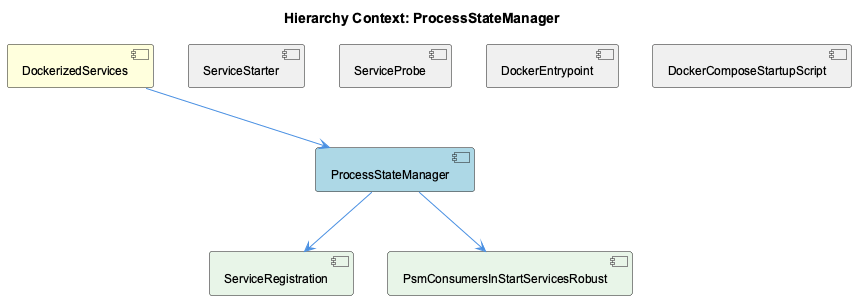
fwornle/coding keeps this PlantUML diagram as knowledge-management/insights/images/process-state-manager-relationship.png. Above is the earlier version.
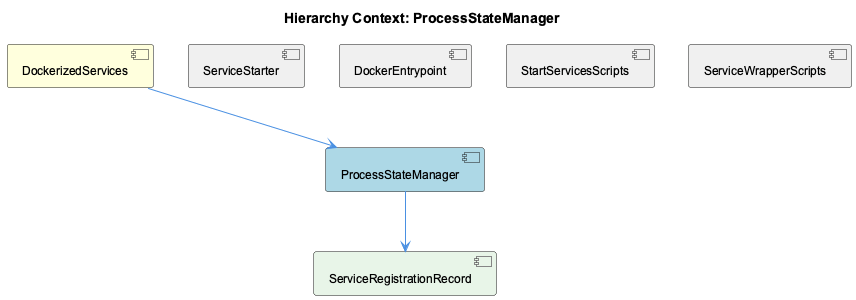
Above is the later version.

What changed in the source:
```diff
@@ -6,18 +6,16 @@
 [DockerizedServices] as dockerized_services #FFFFDD
 [ProcessStateManager] as process_state_manager #LightBlue
 [ServiceStarter] as service_starter #F0F0F0
-[ServiceProbe] as service_probe #F0F0F0
 [DockerEntrypoint] as docker_entrypoint #F0F0F0
-[DockerComposeStartupScript] as docker_compose_startup_script #F0F0F0
-[ServiceRegistration] as service_registration #E8F5E8
-[PsmConsumersInStartServicesRobust] as psm_consumers_in_start_services_robust #E8F5E8
+[StartServicesScripts] as start_services_scripts #F0F0F0
+[ServiceWrapperScripts] as service_wrapper_scripts #F0F0F0
+[ServiceRegistrationRecord] as service_registration_record #E8F5E8
 
 dockerized_services --> process_state_manager
 service_starter -[hidden]- process_state_manager
-service_probe -[hidden]- process_state_manager
 docker_entrypoint -[hidden]- process_state_manager
-docker_compose_startup_script -[hidden]- process_state_manager
-process_state_manager --> service_registration
-process_state_manager --> psm_consumers_in_start_services_robust
+start_services_scripts -[hidden]- process_state_manager
+service_wrapper_scripts -[hidden]- process_state_manager
+process_state_manager --> service_registration_record
 
 @enduml
```
